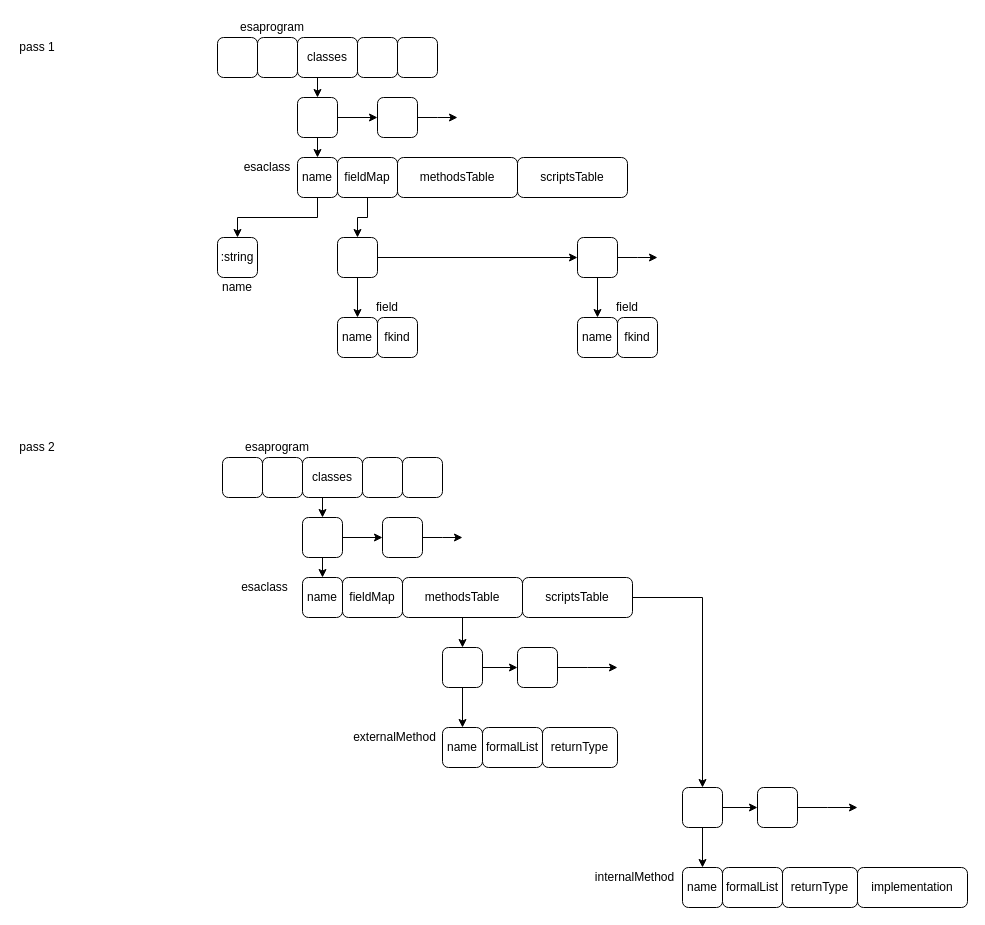
Earlier version of the draw.io diagram build_process/esa-transpiler/exprtypes.drawio (bmfbp/bmfbp). Source tidied: cells renumbered, new cells numbered last; positions are measured from the earlier drawing's top-left corner, leaving out a move shared by most shapes. Both pictures are drawn from the tidied source at 100%, with x=0, y=0 at pixel (17, 17).
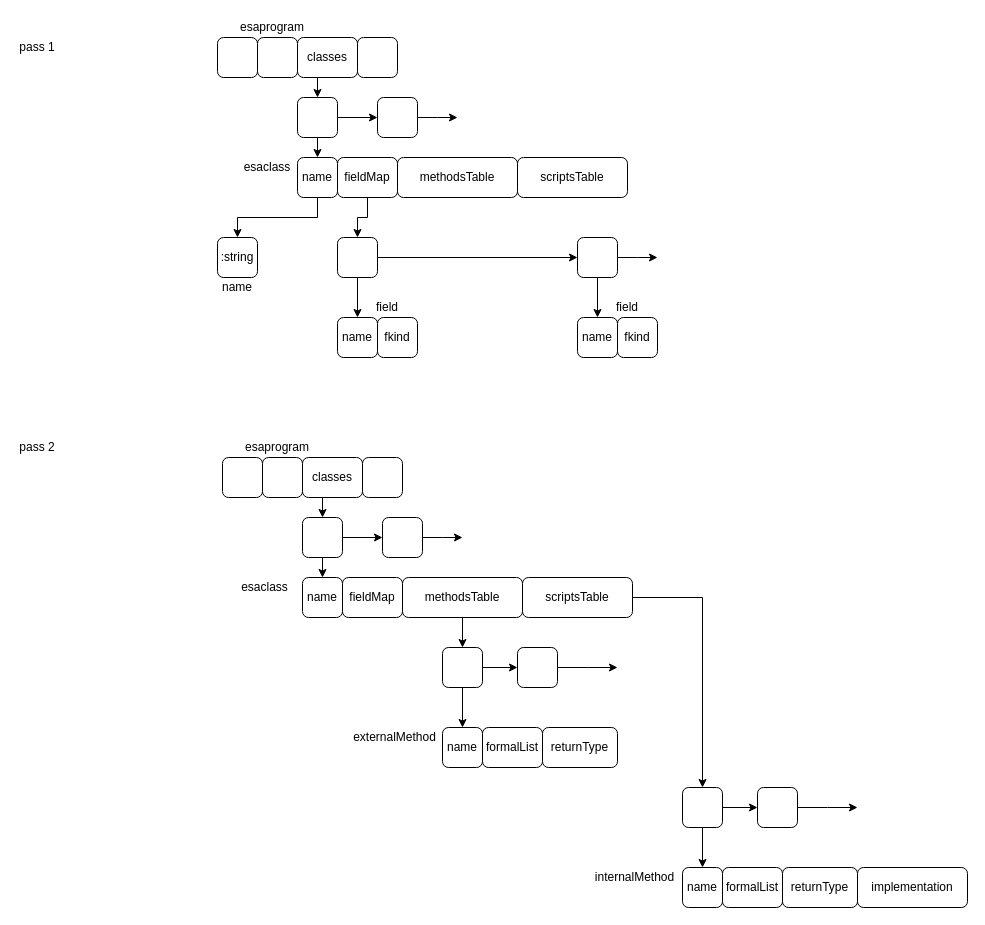
The same diagram, later.

What changed in the source:
```diff
@@
-    <mxCell id="6" style="rounded=1;whiteSpace=wrap;html=1;" parent="1" vertex="1">
-      <mxGeometry x="380" y="20" width="40" height="40" as="geometry" />
-    </mxCell>
@@
-    <mxCell id="40" style="rounded=1;whiteSpace=wrap;html=1;" parent="1" vertex="1">
-      <mxGeometry x="385" y="440" width="40" height="40" as="geometry" />
-    </mxCell>
```
